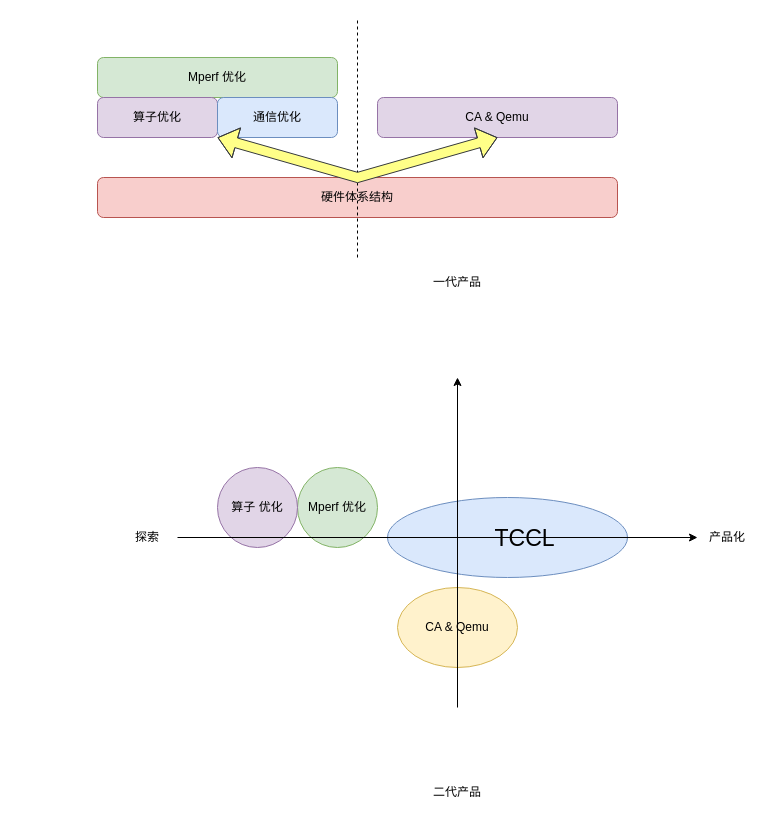
The draw.io diagram NewTeam.drawio in BEYHHH/SBLP, before the edit. Source tidied: cells renumbered, new cells numbered last; positions are measured from the earlier drawing's top-left corner, leaving out a move shared by most shapes. Both pictures are drawn from the tidied source at 100%, with x=0, y=0 at pixel (97, 17).
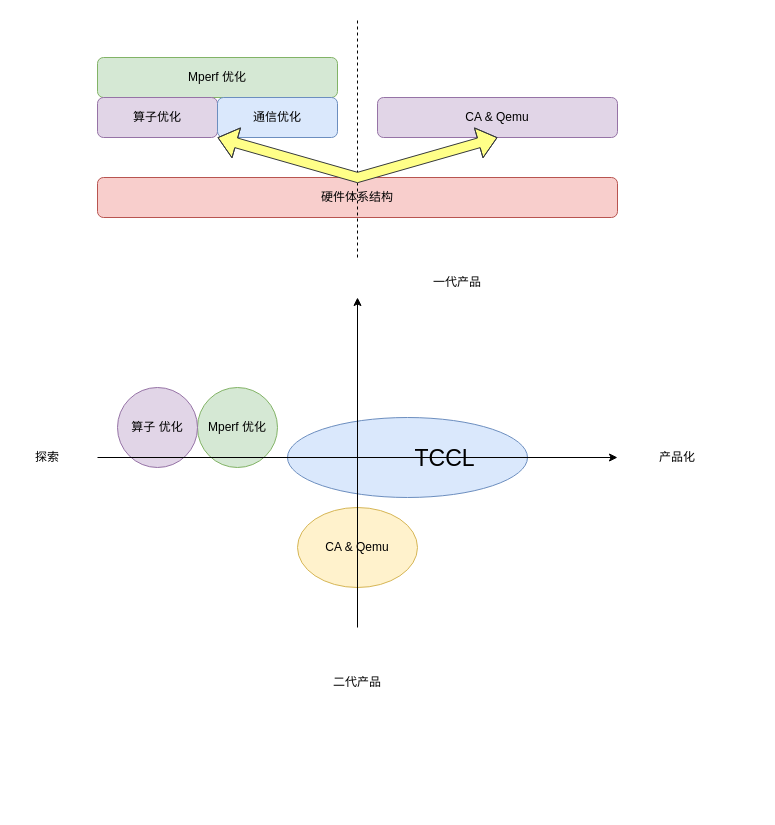
Above is the later version.

Diff of the diagram source:
```diff
@@
     <mxCell id="2" value="CA &amp;amp; Qemu" style="ellipse;whiteSpace=wrap;html=1;fillColor=#fff2cc;strokeColor=#d6b656;" parent="1" vertex="1">
-      <mxGeometry x="300" y="570" width="120" height="80" as="geometry" />
+      <mxGeometry x="200" y="490" width="120" height="80" as="geometry" />
     </mxCell>
     <mxCell id="3" style="ellipse;whiteSpace=wrap;html=1;fillColor=#dae8fc;strokeColor=#6c8ebf;" parent="1" vertex="1">
-      <mxGeometry x="290" y="480" width="240" height="80" as="geometry" />
+      <mxGeometry x="190" y="400" width="240" height="80" as="geometry" />
     </mxCell>
     <mxCell id="4" style="endArrow=classic;html=1;rounded=0;" parent="1" edge="1">
       <mxGeometry relative="1" as="geometry">
-        <mxPoint x="360" y="690" as="sourcePoint" />
-        <mxPoint x="360" y="360" as="targetPoint" />
+        <mxPoint x="260" y="610" as="sourcePoint" />
+        <mxPoint x="260" y="280" as="targetPoint" />
       </mxGeometry>
     </mxCell>
     <mxCell id="5" value="Mperf 优化" style="ellipse;whiteSpace=wrap;html=1;fillColor=#d5e8d4;strokeColor=#82b366;" parent="1" vertex="1">
-      <mxGeometry x="200" y="450" width="80" height="80" as="geometry" />
+      <mxGeometry x="100" y="370" width="80" height="80" as="geometry" />
     </mxCell>
     <mxCell id="6" value="算子 优化" style="ellipse;whiteSpace=wrap;html=1;fillColor=#e1d5e7;strokeColor=#9673a6;" parent="1" vertex="1">
-      <mxGeometry x="120" y="450" width="80" height="80" as="geometry" />
+      <mxGeometry x="20" y="370" width="80" height="80" as="geometry" />
     </mxCell>
     <mxCell id="7" value="产品化" style="text;html=1;align=center;verticalAlign=middle;whiteSpace=wrap;rounded=0;" parent="1" vertex="1">
-      <mxGeometry x="600" y="505" width="60" height="30" as="geometry" />
+      <mxGeometry x="550" y="425" width="60" height="30" as="geometry" />
     </mxCell>
@@
     <mxCell id="9" value="探索" style="text;html=1;align=center;verticalAlign=middle;whiteSpace=wrap;rounded=0;" parent="1" vertex="1">
-      <mxGeometry x="20" y="505" width="60" height="30" as="geometry" />
+      <mxGeometry x="-80" y="425" width="60" height="30" as="geometry" />
     </mxCell>
     <mxCell id="10" value="二代产品" style="text;html=1;align=center;verticalAlign=middle;whiteSpace=wrap;rounded=0;" parent="1" vertex="1">
-      <mxGeometry x="330" y="760" width="60" height="30" as="geometry" />
+      <mxGeometry x="230" y="650" width="60" height="30" as="geometry" />
     </mxCell>
-    <mxCell id="11" style="endArrow=classic;html=1;rounded=0;" parent="1" edge="1" target="7">
+    <mxCell id="11" style="endArrow=classic;html=1;rounded=0;" parent="1" edge="1">
       <mxGeometry relative="1" as="geometry">
-        <mxPoint x="80" y="520" as="sourcePoint" />
+        <mxPoint y="440" as="sourcePoint" />
+        <mxPoint x="520" y="440" as="targetPoint" />
       </mxGeometry>
     </mxCell>
```
